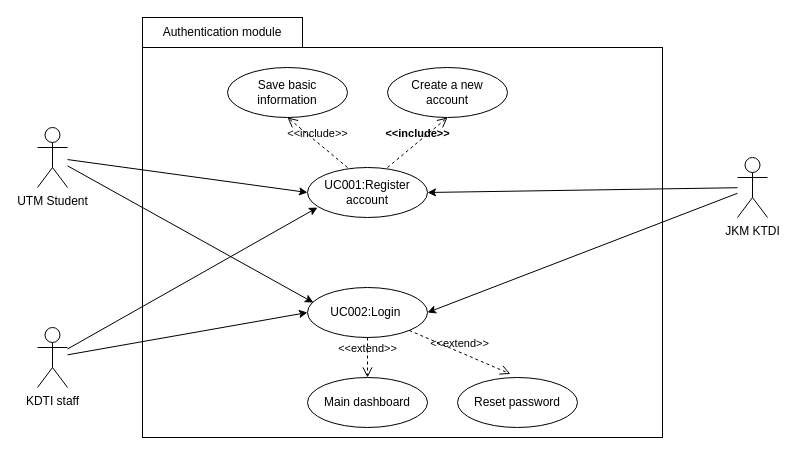
Earlier version of the draw.io diagram page "UC001 & UC002 use case" (9 of 14) of project/drawio/Curiousity/UML.drawio (drshahizan/software-engineering). Source tidied: cells renumbered, new cells numbered last; positions are measured from the earlier drawing's top-left corner, leaving out a move shared by most shapes. Both pictures are drawn from the tidied source at 100%, with x=0, y=0 at pixel (37, 17).
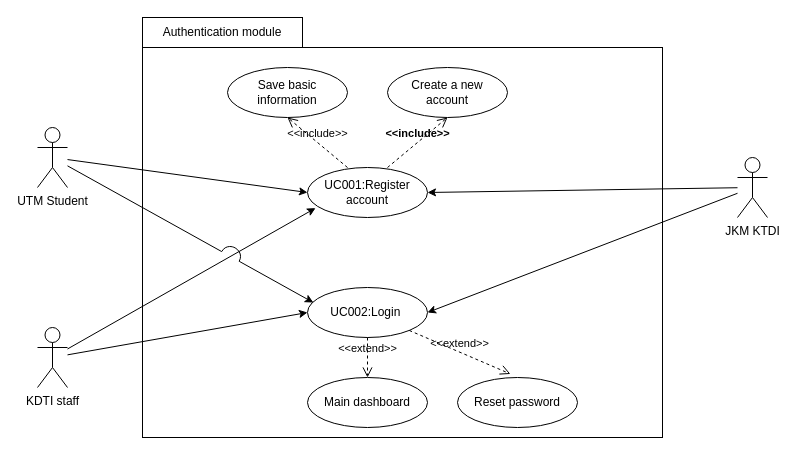
After the change.

The change refers to these unchanged cells:
```xml
<mxCell id="2" value="UTM Student" style="shape=umlActor;verticalLabelPosition=bottom;verticalAlign=top;html=1;outlineConnect=0;" parent="1" vertex="1">
  <mxGeometry y="110" width="30" height="60" as="geometry" />
</mxCell>
<mxCell id="5" style="ellipse;whiteSpace=wrap;html=1;" parent="4" vertex="1">
  <mxGeometry width="120" height="50" as="geometry" />
</mxCell>
<mxCell id="12" value="KDTI staff" style="shape=umlActor;verticalLabelPosition=bottom;verticalAlign=top;html=1;outlineConnect=0;" parent="1" vertex="1">
  <mxGeometry y="310" width="30" height="60" as="geometry" />
</mxCell>
<mxCell id="21" style="ellipse;whiteSpace=wrap;html=1;" parent="20" vertex="1">
  <mxGeometry width="120" height="50" as="geometry" />
</mxCell>
```

Diff of the diagram source:
```diff
@@
-    <mxCell id="10" style="edgeStyle=none;html=1;" parent="1" edge="1" source="12">
-      <mxGeometry relative="1" as="geometry">
-        <mxPoint x="280" y="190" as="targetPoint" />
-      </mxGeometry>
+    <mxCell id="10" style="edgeStyle=none;html=1;jumpStyle=arc;jumpSize=20;entryX=0.067;entryY=0.812;entryDx=0;entryDy=0;entryPerimeter=0;" parent="1" edge="1" source="12" target="21">
+      <mxGeometry relative="1" as="geometry" />
     </mxCell>
@@
-    <mxCell id="24" style="edgeStyle=none;html=1;entryX=0.049;entryY=0.301;entryDx=0;entryDy=0;entryPerimeter=0;" parent="1" edge="1" source="2" target="5">
+    <mxCell id="24" style="edgeStyle=none;html=1;entryX=0.049;entryY=0.301;entryDx=0;entryDy=0;entryPerimeter=0;jumpSize=20;jumpStyle=arc;" parent="1" edge="1" source="2" target="5">
       <mxGeometry relative="1" as="geometry" />
     </mxCell>
```
